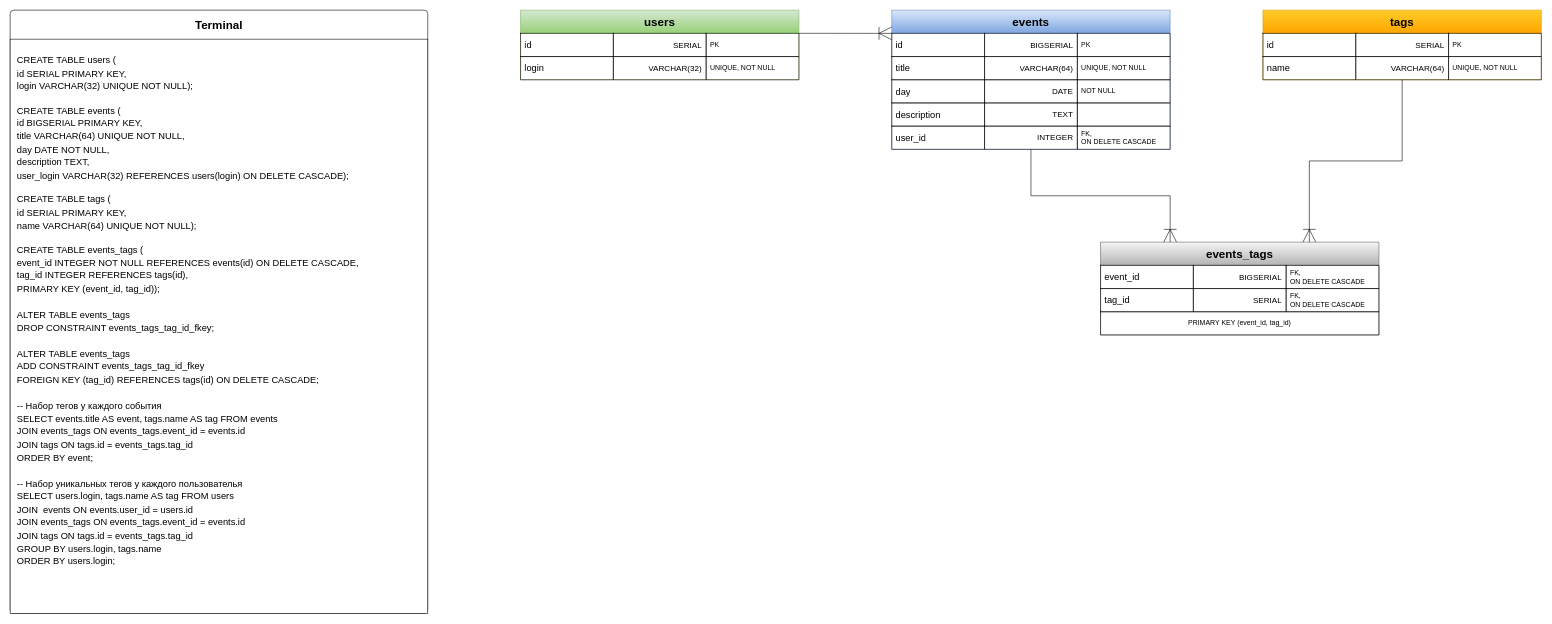
Before: server/my_history.drawio in EugeneKovalskyi/MyHistory, a draw.io diagram. Source tidied: cells renumbered, new cells numbered last; positions are measured from the earlier drawing's top-left corner, leaving out a move shared by most shapes. Both pictures are drawn from the tidied source at 58%, with x=0, y=0 at pixel (10, 10).
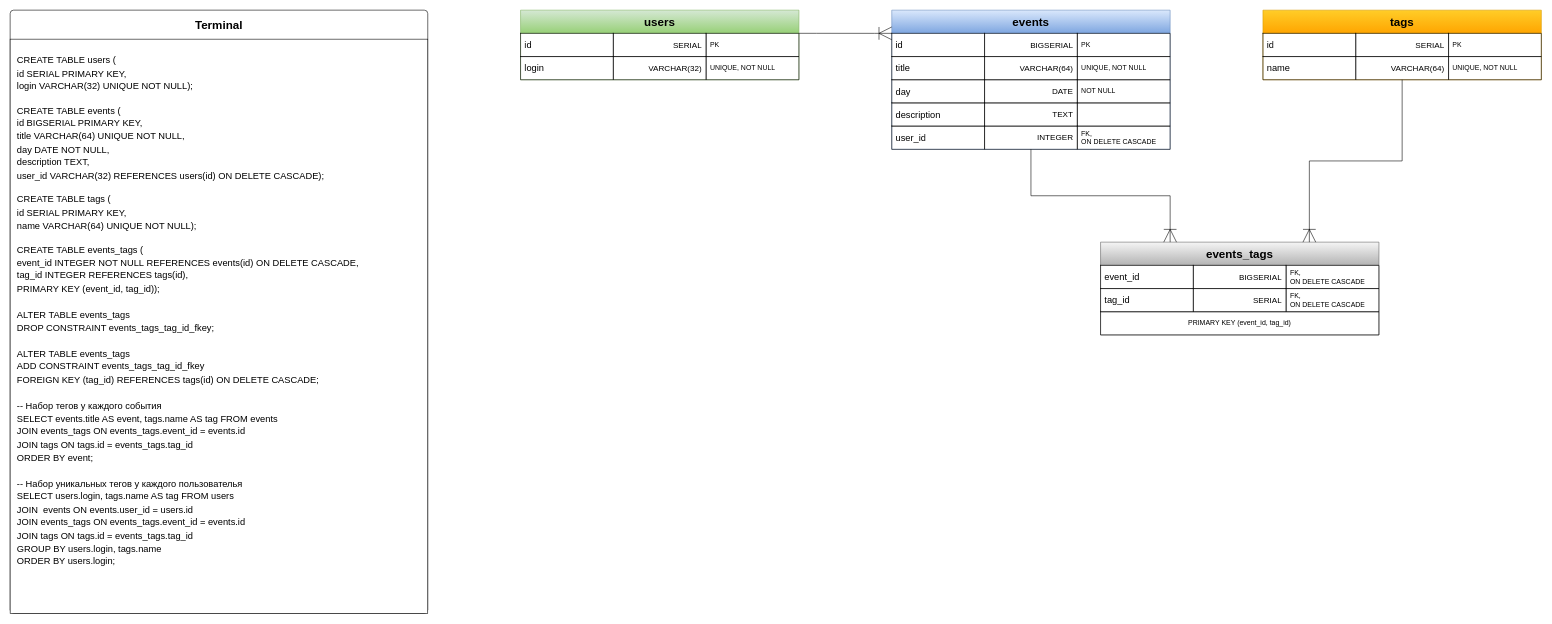
The same diagram, later.

Unchanged cells that the change refers to:
```xml
<mxCell id="43" value="&lt;b&gt;&lt;font style=&quot;font-size: 20px;&quot;&gt;Terminal&lt;/font&gt;&lt;/b&gt;" style="swimlane;horizontal=1;startSize=50;rounded=1;fontSize=16;fontStyle=1;strokeWidth=1;shadow=0;dashed=0;align=center;arcSize=4;whiteSpace=wrap;html=1;fillColor=light-dark(#FFFFFF,#242424);swimlaneHead=1;swimlaneBody=1;absoluteArcSize=0;strokeColor=light-dark(#000000,#BFBFBF);glass=0;swimlaneLine=0;autosizeGrid=1;backgroundOutline=0;overflow=visible;" parent="1" vertex="1">
  <mxGeometry width="720" height="1040" as="geometry" />
</mxCell>
```

Diff of the diagram source:
```diff
@@
-    <mxCell id="44" value="&lt;div&gt;&lt;br&gt;&lt;/div&gt;&lt;div style=&quot;line-height: 140%;&quot;&gt;CREATE TABLE users (&lt;/div&gt;&lt;div style=&quot;line-height: 140%;&quot;&gt;id SERIAL PRIMARY KEY,&lt;br&gt;&lt;/div&gt;&lt;div style=&quot;line-height: 140%;&quot;&gt;login VARCHAR(32) UNIQUE NOT NULL);&lt;/div&gt;&lt;div&gt;&lt;br&gt;&lt;/div&gt;&lt;div style=&quot;line-height: 140%;&quot;&gt;CREATE TABLE events (&lt;/div&gt;&lt;div style=&quot;line-height: 140%;&quot;&gt;id BIGSERIAL PRIMARY KEY,&lt;/div&gt;&lt;div style=&quot;line-height: 140%;&quot;&gt;title VARCHAR(64) UNIQUE NOT NULL,&lt;/div&gt;&lt;div style=&quot;line-height: 140%;&quot;&gt;day DATE NOT NULL,&lt;/div&gt;&lt;div style=&quot;line-height: 140%;&quot;&gt;description TEXT,&lt;/div&gt;&lt;div style=&quot;line-height: 140%;&quot;&gt;user_login VARCHAR(32) REFERENCES users(login) ON DELETE CASCADE);&lt;/div&gt;&lt;div&gt;&lt;br&gt;&lt;/div&gt;&lt;div style=&quot;line-height: 140%;&quot;&gt;CREATE TABLE tags (&lt;/div&gt;&lt;div style=&quot;line-height: 140%;&quot;&gt;id SERIAL PRIMARY KEY,&lt;/div&gt;&lt;div style=&quot;line-height: 140%;&quot;&gt;name VARCHAR(64) UNIQUE NOT NULL);&lt;/div&gt;&lt;div&gt;&lt;br&gt;&lt;/div&gt;&lt;div style=&quot;line-height: 140%;&quot;&gt;CREATE TABLE events_tags (&lt;/div&gt;&lt;div style=&quot;line-height: 140%;&quot;&gt;event_id INTEGER NOT NULL&amp;nbsp;REFERENCES events(id) ON DELETE CASCADE,&lt;/div&gt;&lt;div style=&quot;line-height: 140%;&quot;&gt;tag_id INTEGER&amp;nbsp;REFERENCES tags(id),&lt;br&gt;&lt;/div&gt;&lt;div style=&quot;line-height: 140%;&quot;&gt;PRIMARY KEY (event_id, tag_id));&lt;/div&gt;&lt;div style=&quot;line-height: 140%;&quot;&gt;&lt;br&gt;&lt;/div&gt;&lt;div style=&quot;line-height: 140%;&quot;&gt;ALTER TABLE events_tags&amp;nbsp;&lt;/div&gt;&lt;div style=&quot;line-height: 140%;&quot;&gt;DROP CONSTRAINT events_tags_tag_id_fkey;&lt;/div&gt;&lt;div style=&quot;line-height: 140%;&quot;&gt;&lt;br&gt;&lt;/div&gt;&lt;div style=&quot;line-height: 140%;&quot;&gt;ALTER TABLE events_tags&amp;nbsp;&lt;/div&gt;&lt;div style=&quot;line-height: 140%;&quot;&gt;ADD CONSTRAINT events_tags_tag_id_fkey&amp;nbsp;&lt;/div&gt;&lt;div style=&quot;line-height: 140%;&quot;&gt;FOREIGN KEY (tag_id) REFERENCES tags(id) ON DELETE CASCADE;&lt;/div&gt;&lt;div style=&quot;line-height: 140%;&quot;&gt;&lt;br&gt;&lt;/div&gt;&lt;div style=&quot;line-height: 140%;&quot;&gt;&lt;div style=&quot;line-height: 140%;&quot;&gt;-- Набор тегов у каждого события&lt;/div&gt;&lt;div style=&quot;line-height: 140%;&quot;&gt;SELECT events.title AS event, tags.name AS tag FROM events&lt;/div&gt;&lt;div style=&quot;line-height: 140%;&quot;&gt;JOIN events_tags ON events_tags.event_id = events.id&lt;/div&gt;&lt;div style=&quot;line-height: 140%;&quot;&gt;JOIN tags ON tags.id = events_tags.tag_id&lt;/div&gt;ORDER BY event;&lt;/div&gt;&lt;div style=&quot;line-height: 140%;&quot;&gt;&lt;br&gt;&lt;/div&gt;&lt;div style=&quot;line-height: 140%;&quot;&gt;-- Набор уникальных тегов у каждого пользователья&lt;/div&gt;&lt;div style=&quot;line-height: 140%;&quot;&gt;SELECT users.login, tags.name AS tag FROM users&lt;br&gt;JOIN&amp;nbsp; events ON events.user_id = users.id&lt;/div&gt;&lt;div style=&quot;line-height: 140%;&quot;&gt;JOIN events_tags ON events_tags.event_id = events.id&lt;/div&gt;&lt;div style=&quot;line-height: 140%;&quot;&gt;JOIN tags ON tags.id = events_tags.tag_id&lt;/div&gt;&lt;div style=&quot;line-height: 140%;&quot;&gt;GROUP BY users.login, tags.name&lt;br&gt;&lt;/div&gt;&lt;div style=&quot;line-height: 140%;&quot;&gt;ORDER BY users.login;&lt;/div&gt;&lt;div style=&quot;line-height: 140%;&quot;&gt;&lt;br&gt;&lt;/div&gt;" style="align=left;strokeColor=light-dark(#000000,#BFBFBF);fillColor=light-dark(#FFFFFF,#2B0920);spacingLeft=10;fontSize=16;verticalAlign=top;html=1;strokeWidth=1;backgroundOutline=0;overflow=visible;noLabel=0;imageAspect=1;" parent="43" vertex="1">
+    <mxCell id="44" value="&lt;div&gt;&lt;br&gt;&lt;/div&gt;&lt;div style=&quot;line-height: 140%;&quot;&gt;CREATE TABLE users (&lt;/div&gt;&lt;div style=&quot;line-height: 140%;&quot;&gt;id SERIAL PRIMARY KEY,&lt;br&gt;&lt;/div&gt;&lt;div style=&quot;line-height: 140%;&quot;&gt;login VARCHAR(32) UNIQUE NOT NULL);&lt;/div&gt;&lt;div&gt;&lt;br&gt;&lt;/div&gt;&lt;div style=&quot;line-height: 140%;&quot;&gt;CREATE TABLE events (&lt;/div&gt;&lt;div style=&quot;line-height: 140%;&quot;&gt;id BIGSERIAL PRIMARY KEY,&lt;/div&gt;&lt;div style=&quot;line-height: 140%;&quot;&gt;title VARCHAR(64) UNIQUE NOT NULL,&lt;/div&gt;&lt;div style=&quot;line-height: 140%;&quot;&gt;day DATE NOT NULL,&lt;/div&gt;&lt;div style=&quot;line-height: 140%;&quot;&gt;description TEXT,&lt;/div&gt;&lt;div style=&quot;line-height: 140%;&quot;&gt;user_id VARCHAR(32) REFERENCES users(id) ON DELETE CASCADE);&lt;/div&gt;&lt;div&gt;&lt;br&gt;&lt;/div&gt;&lt;div style=&quot;line-height: 140%;&quot;&gt;CREATE TABLE tags (&lt;/div&gt;&lt;div style=&quot;line-height: 140%;&quot;&gt;id SERIAL PRIMARY KEY,&lt;/div&gt;&lt;div style=&quot;line-height: 140%;&quot;&gt;name VARCHAR(64) UNIQUE NOT NULL);&lt;/div&gt;&lt;div&gt;&lt;br&gt;&lt;/div&gt;&lt;div style=&quot;line-height: 140%;&quot;&gt;CREATE TABLE events_tags (&lt;/div&gt;&lt;div style=&quot;line-height: 140%;&quot;&gt;event_id INTEGER NOT NULL&amp;nbsp;REFERENCES events(id) ON DELETE CASCADE,&lt;/div&gt;&lt;div style=&quot;line-height: 140%;&quot;&gt;tag_id INTEGER&amp;nbsp;REFERENCES tags(id),&lt;br&gt;&lt;/div&gt;&lt;div style=&quot;line-height: 140%;&quot;&gt;PRIMARY KEY (event_id, tag_id));&lt;/div&gt;&lt;div style=&quot;line-height: 140%;&quot;&gt;&lt;br&gt;&lt;/div&gt;&lt;div style=&quot;line-height: 140%;&quot;&gt;ALTER TABLE events_tags&amp;nbsp;&lt;/div&gt;&lt;div style=&quot;line-height: 140%;&quot;&gt;DROP CONSTRAINT events_tags_tag_id_fkey;&lt;/div&gt;&lt;div style=&quot;line-height: 140%;&quot;&gt;&lt;br&gt;&lt;/div&gt;&lt;div style=&quot;line-height: 140%;&quot;&gt;ALTER TABLE events_tags&amp;nbsp;&lt;/div&gt;&lt;div style=&quot;line-height: 140%;&quot;&gt;ADD CONSTRAINT events_tags_tag_id_fkey&amp;nbsp;&lt;/div&gt;&lt;div style=&quot;line-height: 140%;&quot;&gt;FOREIGN KEY (tag_id) REFERENCES tags(id) ON DELETE CASCADE;&lt;/div&gt;&lt;div style=&quot;line-height: 140%;&quot;&gt;&lt;br&gt;&lt;/div&gt;&lt;div style=&quot;line-height: 140%;&quot;&gt;&lt;div style=&quot;line-height: 140%;&quot;&gt;-- Набор тегов у каждого события&lt;/div&gt;&lt;div style=&quot;line-height: 140%;&quot;&gt;SELECT events.title AS event, tags.name AS tag FROM events&lt;/div&gt;&lt;div style=&quot;line-height: 140%;&quot;&gt;JOIN events_tags ON events_tags.event_id = events.id&lt;/div&gt;&lt;div style=&quot;line-height: 140%;&quot;&gt;JOIN tags ON tags.id = events_tags.tag_id&lt;/div&gt;ORDER BY event;&lt;/div&gt;&lt;div style=&quot;line-height: 140%;&quot;&gt;&lt;br&gt;&lt;/div&gt;&lt;div style=&quot;line-height: 140%;&quot;&gt;-- Набор уникальных тегов у каждого пользователья&lt;/div&gt;&lt;div style=&quot;line-height: 140%;&quot;&gt;SELECT users.login, tags.name AS tag FROM users&lt;br&gt;JOIN&amp;nbsp; events ON events.user_id = users.id&lt;/div&gt;&lt;div style=&quot;line-height: 140%;&quot;&gt;JOIN events_tags ON events_tags.event_id = events.id&lt;/div&gt;&lt;div style=&quot;line-height: 140%;&quot;&gt;JOIN tags ON tags.id = events_tags.tag_id&lt;/div&gt;&lt;div style=&quot;line-height: 140%;&quot;&gt;GROUP BY users.login, tags.name&lt;br&gt;&lt;/div&gt;&lt;div style=&quot;line-height: 140%;&quot;&gt;ORDER BY users.login;&lt;/div&gt;&lt;div style=&quot;line-height: 140%;&quot;&gt;&lt;br&gt;&lt;/div&gt;" style="align=left;strokeColor=light-dark(#000000,#BFBFBF);fillColor=light-dark(#FFFFFF,#2B0920);spacingLeft=10;fontSize=16;verticalAlign=top;html=1;strokeWidth=1;backgroundOutline=0;overflow=visible;noLabel=0;imageAspect=1;" parent="43" vertex="1">
       <mxGeometry y="50" width="720" height="990" as="geometry" />
     </mxCell>
```
